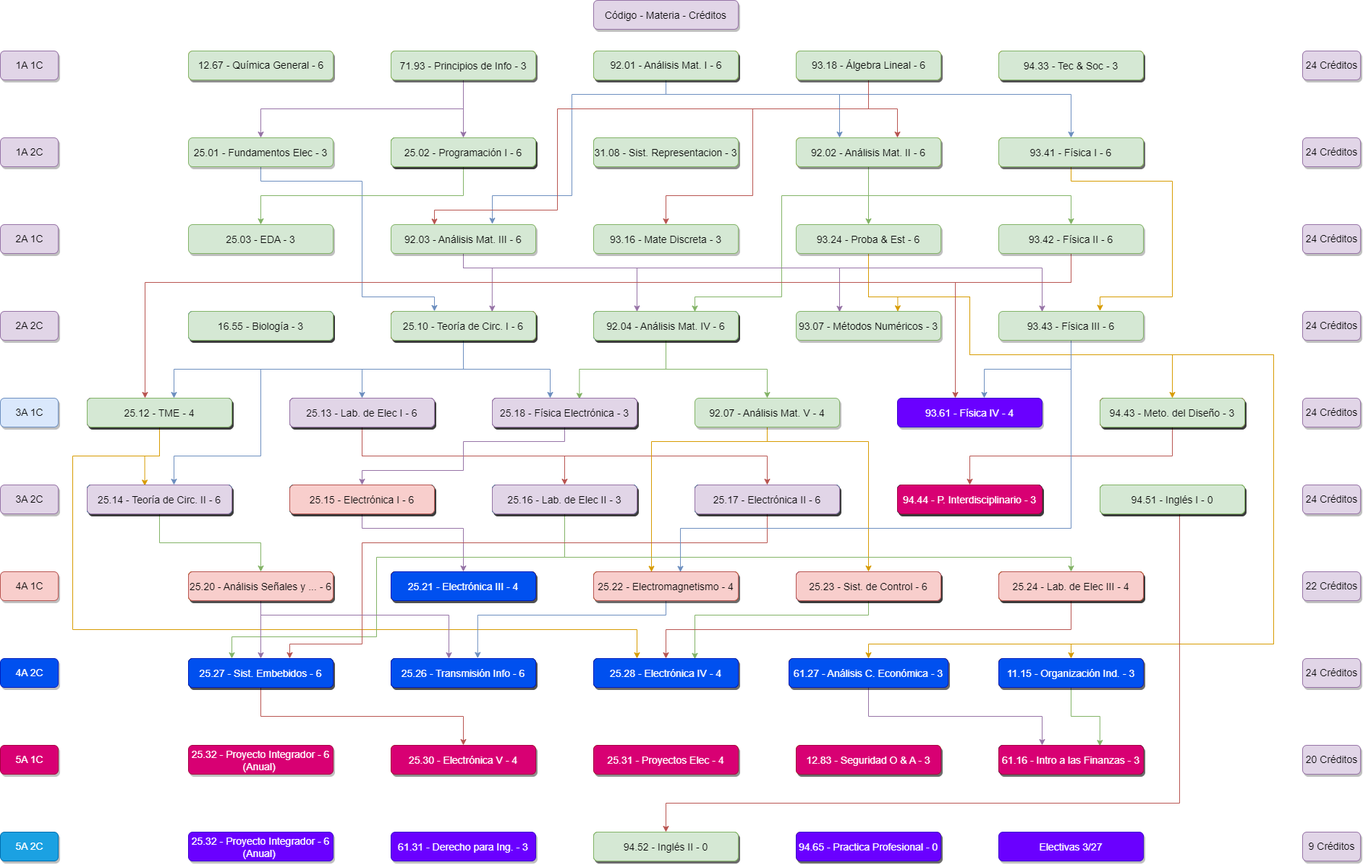
Earlier version of the draw.io export K22.drawio.png (juanipla/K22). Source tidied: cells renumbered, new cells last; positions are measured from the earlier drawing's top-left corner, leaving out a move shared by most shapes.
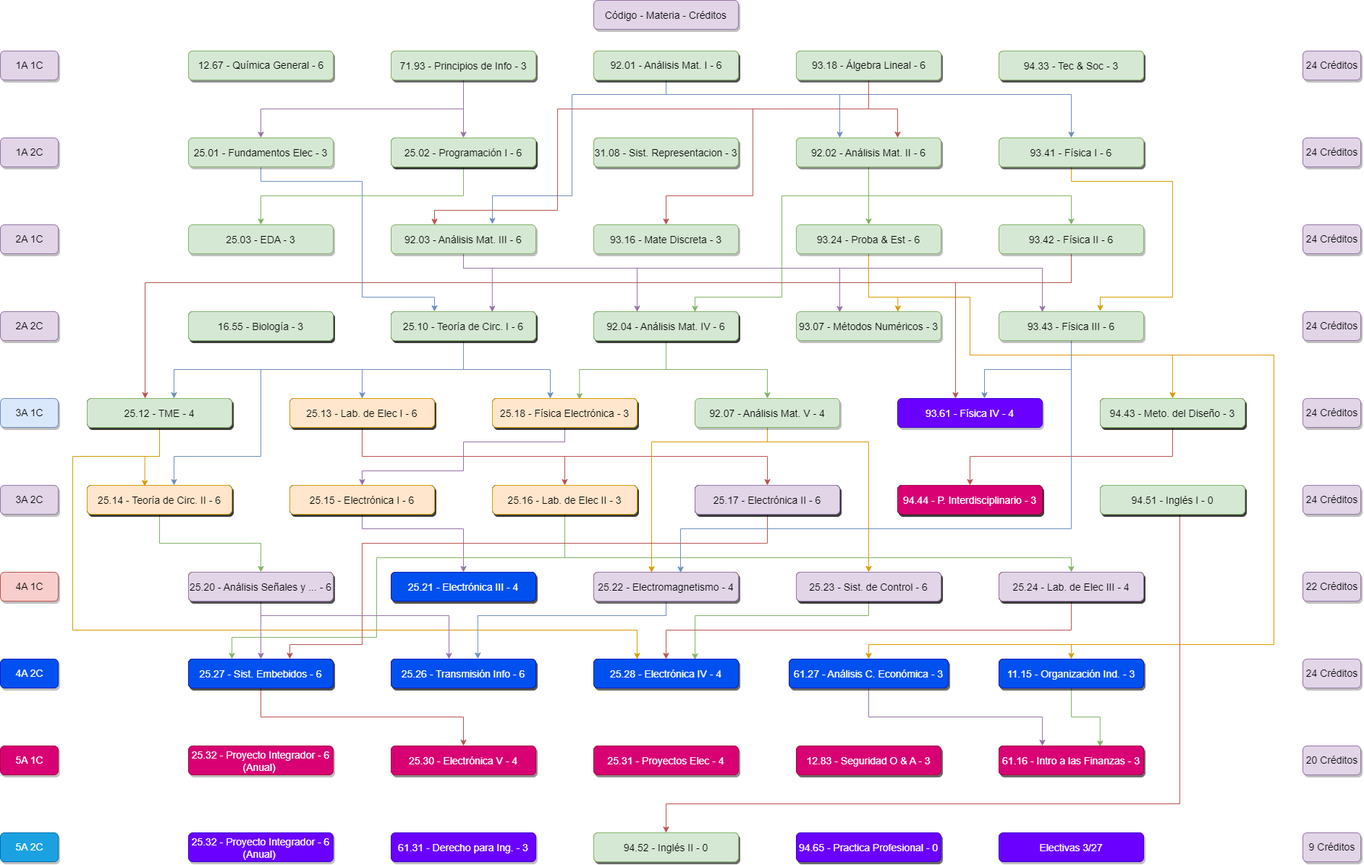
The same file after the commit.

What changed in the source:
```diff
@@ -862,22 +862,22 @@
     <mxCell id="197" value="92.04 - Análisis Mat. IV - 6" style="rounded=1;fillColor=#d5e8d4;strokeColor=#82b366;shadow=1;fontStyle=0;fontSize=14;labelBorderColor=none;labelBackgroundColor=none;verticalAlign=middle;" parent="1" vertex="1">
       <mxGeometry x="820" y="430" width="200" height="40" as="geometry" />
     </mxCell>
-    <mxCell id="198" value="25.18 - Física Electrónica - 3" style="rounded=1;fillColor=#e1d5e7;strokeColor=#9673a6;shadow=1;fontStyle=0;fontSize=14;labelBorderColor=none;labelBackgroundColor=none;verticalAlign=middle;" parent="1" vertex="1">
+    <mxCell id="198" value="25.18 - Física Electrónica - 3" style="rounded=1;fillColor=#ffe6cc;strokeColor=#d79b00;shadow=1;fontStyle=0;fontSize=14;labelBorderColor=none;labelBackgroundColor=none;verticalAlign=middle;" parent="1" vertex="1">
       <mxGeometry x="680" y="550" width="200" height="40" as="geometry" />
     </mxCell>
-    <mxCell id="199" value="25.13 - Lab. de Elec I - 6" style="rounded=1;fillColor=#e1d5e7;strokeColor=#9673a6;shadow=1;fontStyle=0;fontSize=14;labelBorderColor=none;labelBackgroundColor=none;" parent="1" vertex="1">
+    <mxCell id="199" value="25.13 - Lab. de Elec I - 6" style="rounded=1;fillColor=#ffe6cc;strokeColor=#d79b00;shadow=1;fontStyle=0;fontSize=14;labelBorderColor=none;labelBackgroundColor=none;" parent="1" vertex="1">
       <mxGeometry x="400" y="550" width="200" height="40" as="geometry" />
     </mxCell>
     <mxCell id="200" value="25.12 - TME - 4" style="rounded=1;fillColor=#d5e8d4;strokeColor=#82b366;shadow=1;fontStyle=0;fontSize=14;labelBorderColor=none;labelBackgroundColor=none;" parent="1" vertex="1">
       <mxGeometry x="120" y="550" width="200" height="40" as="geometry" />
     </mxCell>
-    <mxCell id="201" value="25.14 - Teoría de Circ. II - 6" style="rounded=1;fillColor=#e1d5e7;strokeColor=#9673a6;shadow=1;fontStyle=0;fontSize=14;labelBorderColor=none;labelBackgroundColor=none;" parent="1" vertex="1">
+    <mxCell id="201" value="25.14 - Teoría de Circ. II - 6" style="rounded=1;fillColor=#ffe6cc;strokeColor=#d79b00;shadow=1;fontStyle=0;fontSize=14;labelBorderColor=none;labelBackgroundColor=none;" parent="1" vertex="1">
       <mxGeometry x="120" y="670" width="200" height="40" as="geometry" />
     </mxCell>
-    <mxCell id="202" value="25.15 - Electrónica I - 6" style="rounded=1;fillColor=#f8cecc;strokeColor=#b85450;shadow=1;fontStyle=0;fontSize=14;labelBorderColor=none;labelBackgroundColor=none;" parent="1" vertex="1">
+    <mxCell id="202" value="25.15 - Electrónica I - 6" style="rounded=1;fillColor=#ffe6cc;strokeColor=#d79b00;shadow=1;fontStyle=0;fontSize=14;labelBorderColor=none;labelBackgroundColor=none;" parent="1" vertex="1">
       <mxGeometry x="400" y="670" width="200" height="40" as="geometry" />
     </mxCell>
-    <mxCell id="203" value="25.16 - Lab. de Elec II - 3" style="rounded=1;fillColor=#e1d5e7;strokeColor=#9673a6;shadow=1;fontStyle=0;fontSize=14;labelBorderColor=none;labelBackgroundColor=none;verticalAlign=middle;" parent="1" vertex="1">
+    <mxCell id="203" value="25.16 - Lab. de Elec II - 3" style="rounded=1;fillColor=#ffe6cc;strokeColor=#d79b00;shadow=1;fontStyle=0;fontSize=14;labelBorderColor=none;labelBackgroundColor=none;verticalAlign=middle;" parent="1" vertex="1">
       <mxGeometry x="680" y="670" width="200" height="40" as="geometry" />
     </mxCell>
     <mxCell id="204" value="25.17 - Electrónica II - 6" style="rounded=1;fillColor=#e1d5e7;strokeColor=#9673a6;shadow=1;fontStyle=0;fontSize=14;labelBorderColor=none;labelBackgroundColor=none;verticalAlign=middle;" parent="1" vertex="1">
@@ -889,16 +889,16 @@
     <mxCell id="206" value="94.51 - Inglés I - 0" style="rounded=1;fillColor=#d5e8d4;strokeColor=#82b366;shadow=1;fontStyle=0;fontSize=14;labelBorderColor=none;labelBackgroundColor=none;verticalAlign=middle;" parent="1" vertex="1">
       <mxGeometry x="1520" y="670" width="200" height="40" as="geometry" />
     </mxCell>
-    <mxCell id="207" value="25.24 - Lab. de Elec III - 4" style="rounded=1;fillColor=#f8cecc;strokeColor=#b85450;shadow=1;fontStyle=0;fontSize=14;labelBorderColor=none;labelBackgroundColor=none;verticalAlign=middle;" parent="1" vertex="1">
+    <mxCell id="207" value="25.24 - Lab. de Elec III - 4" style="rounded=1;fillColor=#e1d5e7;strokeColor=#9673a6;shadow=1;fontStyle=0;fontSize=14;labelBorderColor=none;labelBackgroundColor=none;verticalAlign=middle;" parent="1" vertex="1">
       <mxGeometry x="1380" y="790" width="200" height="40" as="geometry" />
     </mxCell>
-    <mxCell id="208" value="25.23 - Sist. de Control - 6" style="rounded=1;fillColor=#f8cecc;strokeColor=#b85450;shadow=1;fontStyle=0;fontSize=14;labelBorderColor=none;labelBackgroundColor=none;verticalAlign=middle;" parent="1" vertex="1">
+    <mxCell id="208" value="25.23 - Sist. de Control - 6" style="rounded=1;fillColor=#e1d5e7;strokeColor=#9673a6;shadow=1;fontStyle=0;fontSize=14;labelBorderColor=none;labelBackgroundColor=none;verticalAlign=middle;" parent="1" vertex="1">
       <mxGeometry x="1100" y="790" width="200" height="40" as="geometry" />
     </mxCell>
     <mxCell id="209" value="25.21 - Electrónica III - 4" style="rounded=1;fillColor=#0050ef;strokeColor=#001DBC;shadow=1;fontStyle=0;fontSize=14;labelBorderColor=none;labelBackgroundColor=none;fontColor=#ffffff;" parent="1" vertex="1">
       <mxGeometry x="540" y="790" width="200" height="40" as="geometry" />
     </mxCell>
-    <mxCell id="210" value="25.20 - Análisis Señales y ... - 6" style="rounded=1;fillColor=#f8cecc;strokeColor=#b85450;shadow=1;fontStyle=0;fontSize=14;labelBorderColor=none;labelBackgroundColor=none;" parent="1" vertex="1">
+    <mxCell id="210" value="25.20 - Análisis Señales y ... - 6" style="rounded=1;fillColor=#e1d5e7;strokeColor=#9673a6;shadow=1;fontStyle=0;fontSize=14;labelBorderColor=none;labelBackgroundColor=none;" parent="1" vertex="1">
       <mxGeometry x="260" y="790" width="200" height="40" as="geometry" />
     </mxCell>
     <mxCell id="211" value="25.27 - Sist. Embebidos - 6" style="rounded=1;fillColor=#0050ef;strokeColor=#001DBC;shadow=1;fontStyle=0;fontSize=14;labelBorderColor=none;labelBackgroundColor=none;fontColor=#ffffff;" parent="1" vertex="1">
@@ -940,7 +940,7 @@
     <mxCell id="223" value="25.28 - Electrónica IV - 4" style="rounded=1;fillColor=#0050ef;strokeColor=#001DBC;shadow=1;fontStyle=0;fontSize=14;labelBorderColor=none;labelBackgroundColor=none;verticalAlign=middle;fontColor=#ffffff;" parent="1" vertex="1">
       <mxGeometry x="820" y="910" width="200" height="40" as="geometry" />
     </mxCell>
-    <mxCell id="224" value="25.22 - Electromagnetismo - 4" style="rounded=1;fillColor=#f8cecc;strokeColor=#b85450;shadow=1;fontStyle=0;fontSize=14;labelBorderColor=none;labelBackgroundColor=none;verticalAlign=middle;" parent="1" vertex="1">
+    <mxCell id="224" value="25.22 - Electromagnetismo - 4" style="rounded=1;fillColor=#e1d5e7;strokeColor=#9673a6;shadow=1;fontStyle=0;fontSize=14;labelBorderColor=none;labelBackgroundColor=none;verticalAlign=middle;" parent="1" vertex="1">
       <mxGeometry x="820" y="790" width="200" height="40" as="geometry" />
     </mxCell>
     <mxCell id="225" value="12.83 - Seguridad O &amp; A - 3" style="rounded=1;fillColor=#d80073;strokeColor=#A50040;shadow=1;fontStyle=0;fontSize=14;labelBorderColor=none;labelBackgroundColor=none;verticalAlign=middle;fontColor=#ffffff;" parent="1" vertex="1">
```
